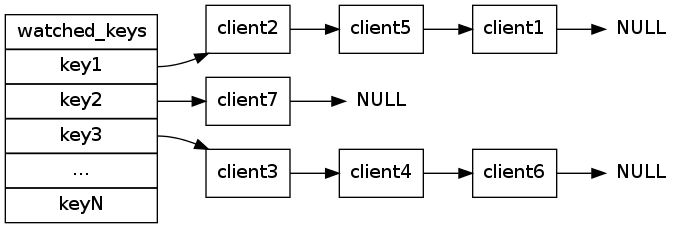
This is feature/image/watched_keys.png from huangzworks/redisbook, a Graphviz export, as it was before one commit. Its source is kept beside it as feature/image/watched_keys.dot.
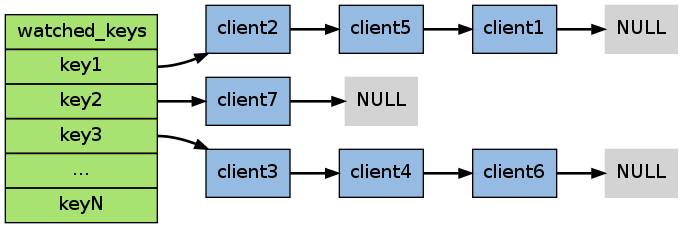
After the commit.

Diff of the diagram source:
```diff
@@ -2,14 +2,16 @@
 
     rankdir = LR;
 
-    node [shape = record];
+    node [shape = record, style = filled];
+
+    edge [style = bold];
 
 
-    watched_keys [label = "watched_keys |<key1> key1 |<key2> key2 |<key3> key3 | ... |<keyN> keyN"];
+    watched_keys [label = "watched_keys |<key1> key1 |<key2> key2 |<key3> key3 | ... |<keyN> keyN", fillcolor = "#A8E270"];
 
-    client1 [label = "client1"];
-    client5 [label = "client5"];
-    client2 [label = "client2"];
+    client1 [label = "client1", fillcolor = "#95BBE3"];
+    client5 [label = "client5", fillcolor = "#95BBE3"];
+    client2 [label = "client2", fillcolor = "#95BBE3"];
     null_1 [label = "NULL", shape = plaintext];
 
     watched_keys:key1 -> client2;
@@ -17,16 +19,16 @@
     client5 -> client1;
     client1 -> null_1;
 
-    client7 [label = "client7"];
+    client7 [label = "client7", fillcolor = "#95BBE3"];
     null_2 [label = "NULL", shape = plaintext];
 
     watched_keys:key2 -> client7;
     client7 -> null_2;
 
 
-    client3 [label = "client3"];
-    client4 [label = "client4"];
-    client6 [label = "client6"];
+    client3 [label = "client3", fillcolor = "#95BBE3"];
+    client4 [label = "client4", fillcolor = "#95BBE3"];
+    client6 [label = "client6", fillcolor = "#95BBE3"];
     null_3 [label = "NULL", shape = plaintext];
 
     watched_keys:key3 -> client3;
```
